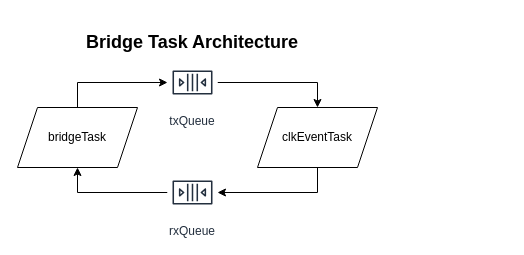
Above: figures/prototype/bridge/bridge_tad.drawio in Niclasapdk/ESD3_project (draw.io), before the change. Source tidied: cells renumbered, new cells numbered last; positions are measured from the earlier drawing's top-left corner, leaving out a move shared by most shapes. Both pictures are drawn from the tidied source at 100%, with x=0, y=0 at pixel (17, 17).
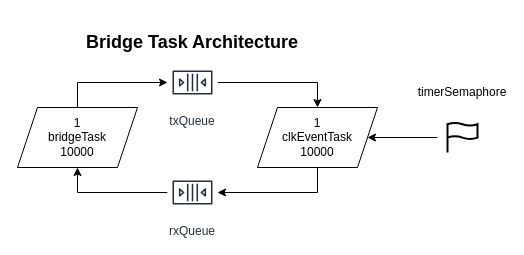
Above is the later version.

Change to the diagram source:
```diff
@@
 <mxGraphModel>
   <root>
     <mxCell id="0" />
     <mxCell id="1" parent="0" />
-    <mxCell id="2" value="bridgeTask" style="shape=parallelogram;perimeter=parallelogramPerimeter;whiteSpace=wrap;html=1;fixedSize=1;" parent="1" vertex="1">
+    <mxCell id="2" value="1&lt;br&gt;&lt;div&gt;bridgeTask&lt;/div&gt;&lt;div&gt;10000&lt;br&gt;&lt;/div&gt;" style="shape=parallelogram;perimeter=parallelogramPerimeter;whiteSpace=wrap;html=1;fixedSize=1;" parent="1" vertex="1">
       <mxGeometry y="90" width="120" height="60" as="geometry" />
     </mxCell>
-    <mxCell id="3" value="clkEventTask" style="shape=parallelogram;perimeter=parallelogramPerimeter;whiteSpace=wrap;html=1;fixedSize=1;" parent="1" vertex="1">
+    <mxCell id="3" value="1&lt;br&gt;&lt;div&gt;clkEventTask&lt;/div&gt;&lt;div&gt;10000&lt;br&gt;&lt;/div&gt;" style="shape=parallelogram;perimeter=parallelogramPerimeter;whiteSpace=wrap;html=1;fixedSize=1;" parent="1" vertex="1">
       <mxGeometry x="240" y="90" width="120" height="60" as="geometry" />
     </mxCell>
     <mxCell id="4" style="edgeStyle=orthogonalEdgeStyle;rounded=0;jettySize=auto;html=1;exitX=1;exitY=0.5;exitDx=0;exitDy=0;exitPerimeter=0;entryX=0.5;entryY=0;entryDx=0;entryDy=0;" parent="1" edge="1" source="5" target="3">
       <mxGeometry relative="1" as="geometry" />
     </mxCell>
     <mxCell id="5" value="txQueue" style="sketch=0;outlineConnect=0;fontColor=#232F3E;gradientColor=none;strokeColor=#232F3E;fillColor=#ffffff;dashed=0;verticalLabelPosition=bottom;verticalAlign=top;align=center;fontSize=12;fontStyle=0;shape=mxgraph.aws4.resourceIcon;resIcon=mxgraph.aws4.queue;points=[[0,0.5,0,0,0],[1,0.5,0,0,0]];" parent="1" vertex="1">
       <mxGeometry x="150" y="40" width="50" height="50" as="geometry" />
     </mxCell>
     <mxCell id="6" style="edgeStyle=orthogonalEdgeStyle;rounded=0;jettySize=auto;html=1;exitX=0.5;exitY=0;exitDx=0;exitDy=0;entryX=0;entryY=0.5;entryDx=0;entryDy=0;entryPerimeter=0;" parent="1" edge="1" source="2" target="5">
       <mxGeometry relative="1" as="geometry" />
     </mxCell>
     <mxCell id="7" style="edgeStyle=orthogonalEdgeStyle;rounded=0;jettySize=auto;html=1;exitX=0;exitY=0.5;exitDx=0;exitDy=0;exitPerimeter=0;entryX=0.5;entryY=1;entryDx=0;entryDy=0;" parent="1" edge="1" source="8" target="2">
       <mxGeometry relative="1" as="geometry" />
     </mxCell>
     <mxCell id="8" value="rxQueue" style="sketch=0;outlineConnect=0;fontColor=#232F3E;gradientColor=none;strokeColor=#232F3E;fillColor=#ffffff;dashed=0;verticalLabelPosition=bottom;verticalAlign=top;align=center;fontSize=12;fontStyle=0;shape=mxgraph.aws4.resourceIcon;resIcon=mxgraph.aws4.queue;points=[[0,0.5,0,0,0],[1,0.5,0,0,0]];" parent="1" vertex="1">
       <mxGeometry x="150" y="150" width="50" height="50" as="geometry" />
     </mxCell>
     <mxCell id="9" style="edgeStyle=orthogonalEdgeStyle;rounded=0;jettySize=auto;html=1;exitX=0.5;exitY=1;exitDx=0;exitDy=0;entryX=1;entryY=0.5;entryDx=0;entryDy=0;entryPerimeter=0;" parent="1" edge="1" source="3" target="8">
       <mxGeometry relative="1" as="geometry" />
     </mxCell>
     <mxCell id="10" value="&lt;font style=&quot;font-size: 18px;&quot;&gt;&lt;b&gt;Bridge Task Architecture&lt;/b&gt;&lt;/font&gt;" style="text;html=1;strokeColor=none;fillColor=none;align=center;verticalAlign=middle;whiteSpace=wrap;rounded=0;" parent="1" vertex="1">
       <mxGeometry x="65" width="220" height="50" as="geometry" />
     </mxCell>
+    <mxCell id="11" style="html=1;verticalLabelPosition=bottom;align=center;labelBackgroundColor=#ffffff;verticalAlign=top;strokeWidth=2;strokeColor=#000000;shadow=0;dashed=0;shape=mxgraph.ios7.icons.flag;" parent="1" vertex="1">
+      <mxGeometry x="430" y="105" width="30" height="30" as="geometry" />
+    </mxCell>
+    <mxCell id="12" style="endArrow=classic;html=1;rounded=0;entryX=1;entryY=0.5;entryDx=0;entryDy=0;" parent="1" edge="1" target="3">
+      <mxGeometry relative="1" as="geometry">
+        <mxPoint x="420" y="120" as="sourcePoint" />
+      </mxGeometry>
+    </mxCell>
+    <mxCell id="13" value="timerSemaphore" style="text;html=1;strokeColor=none;fillColor=none;align=center;verticalAlign=middle;whiteSpace=wrap;rounded=0;" parent="1" vertex="1">
+      <mxGeometry x="415" y="60" width="60" height="30" as="geometry" />
+    </mxCell>
   </root>
 </mxGraphModel>
```
